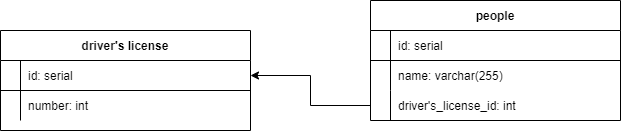
Egorsarantsev4565/job4j_design keeps this draw.io diagram as one_to_one.png. Above is the earlier version. Source tidied: cells renumbered, new cells last; positions are measured from the earlier drawing's top-left corner, leaving out a move shared by most shapes. Source of this version:
```xml
<mxGraphModel>
  <root>
    <mxCell id="0" />
    <mxCell id="1" parent="0" />
    <mxCell id="2" value="people" style="shape=table;startSize=30;rowLines=0;fontStyle=1;align=center;" parent="1" vertex="1">
      <mxGeometry x="370" width="250" height="120" as="geometry" />
    </mxCell>
    <mxCell id="3" style="shape=partialRectangle;fillColor=none;top=0;left=0;right=0;bottom=1;" parent="2" vertex="1">
      <mxGeometry y="30" width="250" height="30" as="geometry" />
    </mxCell>
    <mxCell id="4" style="shape=partialRectangle;overflow=hidden;fillColor=none;top=0;left=0;bottom=0;right=0;fontStyle=1;" parent="3" vertex="1">
      <mxGeometry width="20" height="30" as="geometry" />
    </mxCell>
    <mxCell id="5" value="id: serial" style="shape=partialRectangle;overflow=hidden;fillColor=none;top=0;left=0;bottom=0;right=0;align=left;spacingLeft=6;fontStyle=0;" parent="3" vertex="1">
      <mxGeometry x="20" width="230" height="30" as="geometry" />
    </mxCell>
    <mxCell id="6" style="shape=partialRectangle;fillColor=none;top=0;left=0;right=0;bottom=0;" parent="2" vertex="1">
      <mxGeometry y="60" width="250" height="30" as="geometry" />
    </mxCell>
    <mxCell id="7" style="shape=partialRectangle;overflow=hidden;fillColor=none;top=0;left=0;bottom=0;right=0;" parent="6" vertex="1">
      <mxGeometry width="20" height="30" as="geometry" />
    </mxCell>
    <mxCell id="8" value="name: varchar(255)" style="shape=partialRectangle;overflow=hidden;fillColor=none;top=0;left=0;bottom=0;right=0;align=left;spacingLeft=6;" parent="6" vertex="1">
      <mxGeometry x="20" width="230" height="30" as="geometry" />
    </mxCell>
    <mxCell id="9" style="shape=partialRectangle;fillColor=none;points=[[0,0.5],[1,0.5]];portConstraint=eastwest;top=0;left=0;right=0;bottom=0;" parent="2" vertex="1">
      <mxGeometry y="90" width="250" height="30" as="geometry" />
    </mxCell>
    <mxCell id="10" style="shape=partialRectangle;overflow=hidden;fillColor=none;top=0;left=0;bottom=0;right=0;" parent="9" vertex="1">
      <mxGeometry width="20" height="30" as="geometry" />
    </mxCell>
    <mxCell id="11" value="driver's_license_id: int" style="shape=partialRectangle;overflow=hidden;fillColor=none;top=0;left=0;bottom=0;right=0;align=left;spacingLeft=6;" parent="9" vertex="1">
      <mxGeometry x="20" width="230" height="30" as="geometry" />
    </mxCell>
    <mxCell id="12" value="driver's license" style="shape=table;startSize=30;rowLines=0;fontStyle=1;align=center;" parent="1" vertex="1">
      <mxGeometry y="30" width="250" height="100" as="geometry" />
    </mxCell>
    <mxCell id="13" style="shape=partialRectangle;fillColor=none;points=[[0,0.5],[1,0.5]];portConstraint=eastwest;top=0;left=0;right=0;bottom=1;" parent="12" vertex="1">
      <mxGeometry y="30" width="250" height="30" as="geometry" />
    </mxCell>
    <mxCell id="14" style="shape=partialRectangle;overflow=hidden;fillColor=none;top=0;left=0;bottom=0;right=0;fontStyle=1;" parent="13" vertex="1">
      <mxGeometry width="20" height="30" as="geometry" />
    </mxCell>
    <mxCell id="15" value="id: serial" style="shape=partialRectangle;overflow=hidden;fillColor=none;top=0;left=0;bottom=0;right=0;align=left;spacingLeft=6;fontStyle=0;fontColor=default;" parent="13" vertex="1">
      <mxGeometry x="20" width="230" height="30" as="geometry" />
    </mxCell>
    <mxCell id="16" style="shape=partialRectangle;fillColor=none;top=0;left=0;right=0;bottom=0;" parent="12" vertex="1">
      <mxGeometry y="60" width="250" height="30" as="geometry" />
    </mxCell>
    <mxCell id="17" style="shape=partialRectangle;overflow=hidden;fillColor=none;top=0;left=0;bottom=0;right=0;" parent="16" vertex="1">
      <mxGeometry width="20" height="30" as="geometry" />
    </mxCell>
    <mxCell id="18" value="number: int" style="shape=partialRectangle;overflow=hidden;fillColor=none;top=0;left=0;bottom=0;right=0;align=left;spacingLeft=6;" parent="16" vertex="1">
      <mxGeometry x="20" width="230" height="30" as="geometry" />
    </mxCell>
    <mxCell id="19" style="edgeStyle=orthogonalEdgeStyle;rounded=0;jettySize=auto;html=1;exitX=0;exitY=0.5;exitDx=0;exitDy=0;entryX=1;entryY=0.5;entryDx=0;entryDy=0;fontColor=default;" parent="1" edge="1" source="9" target="13">
      <mxGeometry relative="1" as="geometry" />
    </mxCell>
  </root>
</mxGraphModel>
```
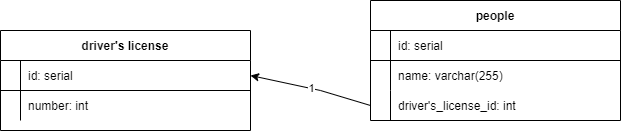
Above is the later version.

Commit message:
0.1. Связи между таблицами [#373615 #310034]-2

The edit, as a diff of the source:
```diff
@@ -53,8 +53,15 @@
     <mxCell id="18" value="number: int" style="shape=partialRectangle;overflow=hidden;fillColor=none;top=0;left=0;bottom=0;right=0;align=left;spacingLeft=6;" parent="16" vertex="1">
       <mxGeometry x="20" width="230" height="30" as="geometry" />
     </mxCell>
-    <mxCell id="19" style="edgeStyle=orthogonalEdgeStyle;rounded=0;jettySize=auto;html=1;exitX=0;exitY=0.5;exitDx=0;exitDy=0;entryX=1;entryY=0.5;entryDx=0;entryDy=0;fontColor=default;" parent="1" edge="1" source="9" target="13">
-      <mxGeometry relative="1" as="geometry" />
+    <mxCell id="19" style="endArrow=classic;html=1;rounded=0;entryX=1;entryY=0.5;entryDx=0;entryDy=0;exitX=0;exitY=0.5;exitDx=0;exitDy=0;" parent="1" edge="1" source="9" target="13">
+      <mxGeometry relative="1" as="geometry">
+        <Array as="points">
+          <mxPoint x="320" y="90" />
+        </Array>
+      </mxGeometry>
     </mxCell>
+    <mxCell id="20" value="1" style="edgeLabel;html=1;align=center;verticalAlign=middle;" parent="19" vertex="1">
+      <mxGeometry relative="1" as="geometry" />
+    </mxCell>
   </root>
 </mxGraphModel>
```
